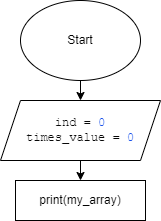
kononovaele/homeTask_1 keeps this draw.io diagram as block_kononova.drawio.png. Above is the earlier version. Source tidied: cells renumbered, new cells last; positions are measured from the earlier drawing's top-left corner, leaving out a move shared by most shapes.
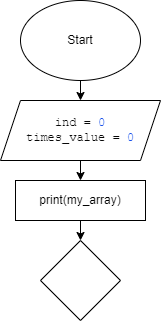
Above is the later version.

Commit message:
Add main cycle in block-chema

The edit, as a diff of the source:
```diff
@@ -19,5 +19,11 @@
     <mxCell id="6" style="endArrow=classic;html=1;entryX=0.5;entryY=0;entryDx=0;entryDy=0;exitX=0.5;exitY=1;exitDx=0;exitDy=0;" parent="1" edge="1" source="3" target="5">
       <mxGeometry relative="1" as="geometry" />
     </mxCell>
+    <mxCell id="7" style="rhombus;whiteSpace=wrap;html=1;" parent="1" vertex="1">
+      <mxGeometry x="40" y="240" width="80" height="80" as="geometry" />
+    </mxCell>
+    <mxCell id="8" style="endArrow=classic;html=1;entryX=0.5;entryY=0;entryDx=0;entryDy=0;exitX=0.5;exitY=1;exitDx=0;exitDy=0;" parent="1" edge="1" source="5" target="7">
+      <mxGeometry relative="1" as="geometry" />
+    </mxCell>
   </root>
 </mxGraphModel>
```
